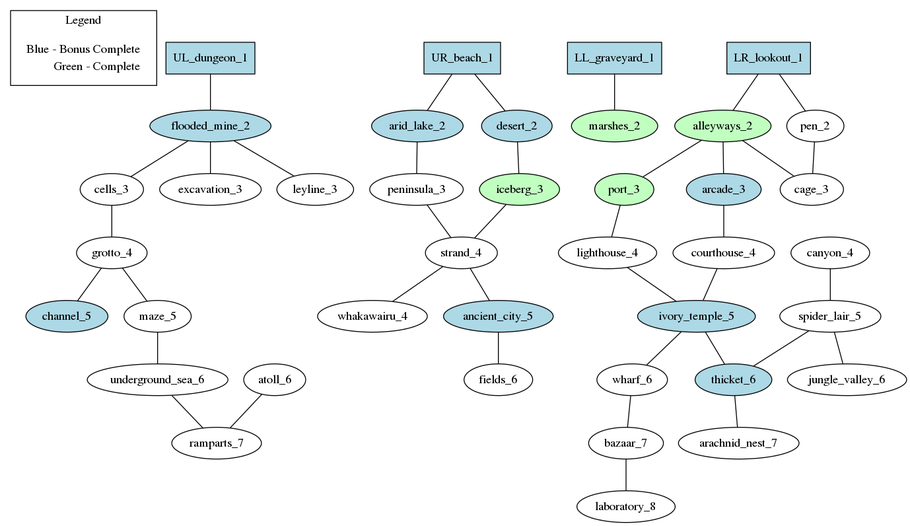
Before: atlas.png, a diagram exported from Graphviz (medined/poe-atlas-in-dot). Its source is kept beside it as atlas.dot.
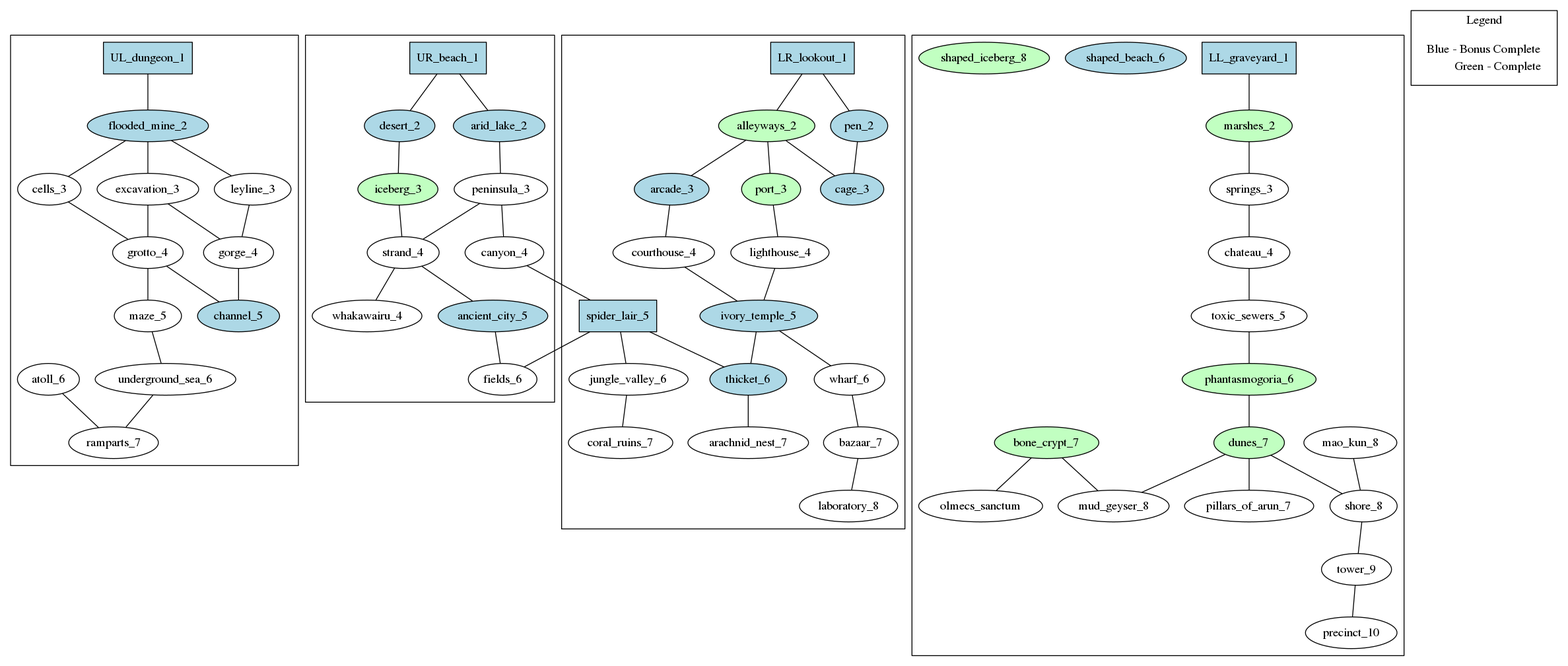
Later version of the same file.

Change to the diagram source:
```diff
@@ -1,13 +1,4 @@
 graph {
-  subgraph cluster_01 {
-    node [shape=plaintext]
-    label = "Legend";
-    key [label=<<table border="0" cellpadding="2" cellspacing="0" cellborder="0">
-      <tr><td align="right" port="i1">Blue - Bonus Complete</td></tr>
-      <tr><td align="right" port="i2">Green - Complete</td></tr>
-      </table>>]
-    }
-
   UL_dungeon_1 [shape=box, style=filled, fillcolor=lightblue];
   UR_beach_1  [shape=box, style=filled, fillcolor=lightblue];
   LL_graveyard_1 [shape=box, style=filled, fillcolor=lightblue];
@@ -18,20 +9,23 @@
   desert_2 [style=filled, fillcolor=lightblue];
   flooded_mine_2 [style=filled, fillcolor=lightblue];
   marshes_2 [style=filled, fillcolor=darkseagreen1];
-  pen_2;
+  pen_2 [style=filled, fillcolor=lightblue];
 
   arcade_3 [style=filled, fillcolor=lightblue];
-  cage_3;
+  cage_3 [style=filled, fillcolor=lightblue];
   cells_3;
   excavation_3;
   iceberg_3 [style=filled, fillcolor=darkseagreen1];
   leyline_3;
   peninsula_3;
   port_3 [style=filled, fillcolor=darkseagreen1];
+  springs_3;
 
   canyon_4;
+  chateau_4;
   courthouse_4;
   lighthouse_4;
+  gorge_4;
   grotto_4;
   strand_4;
   whakawairu_4;
@@ -40,64 +34,117 @@
   channel_5 [style=filled, fillcolor=lightblue];
   ivory_temple_5 [style=filled, fillcolor=lightblue];
   maze_5;
-  spider_lair_5;
+  spider_lair_5 [shape=box, style=filled, fillcolor=lightblue];
+  toxic_sewers_5;
 
   atoll_6;
   fields_6;
   jungle_valley_6;
+  phantasmogoria_6 [style=filled, fillcolor=darkseagreen1];
+  shaped_beach_6 [style=filled, fillcolor=lightblue];
   thicket_6 [style=filled, fillcolor=lightblue];
   underground_sea_6;
   wharf_6;
 
   arachnid_nest_7;
   bazaar_7;
+  bone_crypt_7 [style=filled, fillcolor=darkseagreen1];
+  coral_ruins_7;
+  dunes_7 [style=filled, fillcolor=darkseagreen1];
+  pillars_of_arun_7;
   ramparts_7;
 
   laboratory_8;
+  mao_kun_8;
+  mud_geyser_8;
+  shaped_iceberg_8 [style=filled, fillcolor=darkseagreen1];
+  shore_8;
 
-  UR_beach_1 -- desert_2;
-  UR_beach_1 -- arid_lake_2;
-  UL_dungeon_1 -- flooded_mine_2;
-  LL_graveyard_1 -- marshes_2;
-  LR_lookout_1 -- alleyways_2;
-  LR_lookout_1 -- pen_2;
+  tower_9;
 
-  alleyways_2 -- arcade_3;
-  alleyways_2 -- cage_3;
-  alleyways_2 -- port_3;
-  arid_lake_2 -- peninsula_3;
-  desert_2 -- iceberg_3;
-  flooded_mine_2 -- leyline_3;
-  flooded_mine_2 -- excavation_3;
-  flooded_mine_2 -- cells_3;
-  pen_2 -- cage_3;
+  precinct_10;
 
-  arcade_3 -- courthouse_4;
-  cells_3 -- grotto_4;
-  iceberg_3 -- strand_4;
-  peninsula_3 -- strand_4;
-  port_3 -- lighthouse_4;
+  olmecs_sanctum;
 
-  canyon_4 -- spider_lair_5;
-  courthouse_4 -- ivory_temple_5;
-  grotto_4 -- channel_5;
-  grotto_4 -- maze_5;
-  lighthouse_4 -- ivory_temple_5;
-  strand_4 -- ancient_city_5;
-  strand_4 -- whakawairu_4;
+  subgraph cluster_01 {
+    node [shape=plaintext]
+    label = "Legend";
+    key [label=<<table border="0" cellpadding="2" cellspacing="0" cellborder="0">
+      <tr><td align="right" port="i1">Blue - Bonus Complete</td></tr>
+      <tr><td align="right" port="i2">Green - Complete</td></tr>
+      </table>>]
+  }
 
-  ancient_city_5 -- fields_6;
-  ivory_temple_5 -- thicket_6;
-  ivory_temple_5 -- wharf_6;
-  maze_5 -- underground_sea_6;
-  spider_lair_5 -- thicket_6;
-  spider_lair_5 -- jungle_valley_6;
+  subgraph cluster_02 {
+    UL_dungeon_1 -- flooded_mine_2;
+    flooded_mine_2 -- leyline_3;
+    flooded_mine_2 -- excavation_3;
+    flooded_mine_2 -- cells_3;
+    cells_3 -- grotto_4;
+    excavation_3 -- gorge_4;
+    excavation_3 -- grotto_4;
+    leyline_3 -- gorge_4;
+    gorge_4 -- channel_5;
+    grotto_4 -- channel_5;
+    grotto_4 -- maze_5;
+    maze_5 -- underground_sea_6;
+    atoll_6 -- ramparts_7;
+    underground_sea_6 -- ramparts_7;
+  }
 
-  atoll_6 -- ramparts_7;
-  thicket_6 -- arachnid_nest_7;
-  underground_sea_6 -- ramparts_7;
-  wharf_6 -- bazaar_7;
+  subgraph cluster_03 {
+    UR_beach_1 -- desert_2;
+    UR_beach_1 -- arid_lake_2;
+    arid_lake_2 -- peninsula_3;
+    desert_2 -- iceberg_3;
+    iceberg_3 -- strand_4;
+    peninsula_3 -- canyon_4;
+    peninsula_3 -- strand_4;
+    strand_4 -- ancient_city_5;
+    strand_4 -- whakawairu_4;
+    ancient_city_5 -- fields_6;
+  }
 
-  bazaar_7 -- laboratory_8;
+  subgraph cluster_04 {
+    shaped_beach_6;
+    shaped_iceberg_8;
+    LL_graveyard_1 -- marshes_2;
+    marshes_2 -- springs_3;
+    springs_3 -- chateau_4;
+    chateau_4 -- toxic_sewers_5;
+    toxic_sewers_5 -- phantasmogoria_6;
+    phantasmogoria_6 -- dunes_7;
+    dunes_7 -- mud_geyser_8;
+    dunes_7 -- pillars_of_arun_7;
+    dunes_7 -- shore_8;
+    bone_crypt_7 -- mud_geyser_8;
+    bone_crypt_7 -- olmecs_sanctum;
+    mao_kun_8 -- shore_8;
+    shore_8 -- tower_9;
+    tower_9 -- precinct_10;
+  }
+
+  subgraph cluster_05 {
+    LR_lookout_1 -- alleyways_2;
+    LR_lookout_1 -- pen_2;
+    alleyways_2 -- arcade_3;
+    alleyways_2 -- cage_3;
+    alleyways_2 -- port_3;
+    pen_2 -- cage_3;
+    arcade_3 -- courthouse_4;
+    port_3 -- lighthouse_4;
+    canyon_4 -- spider_lair_5;
+    courthouse_4 -- ivory_temple_5;
+    lighthouse_4 -- ivory_temple_5;
+    ivory_temple_5 -- thicket_6;
+    ivory_temple_5 -- wharf_6;
+    spider_lair_5 -- fields_6;
+    spider_lair_5 -- thicket_6;
+    spider_lair_5 -- jungle_valley_6;
+    jungle_valley_6 -- coral_ruins_7;
+    thicket_6 -- arachnid_nest_7;
+    wharf_6 -- bazaar_7;
+    bazaar_7 -- laboratory_8;
+  }
 
 }
```
